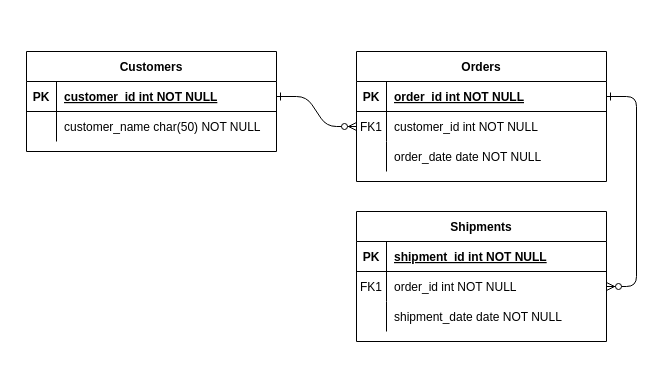
Before: Diagrama sin título.drawio in cemenurnk/documentacion-sievert, a draw.io diagram. Source tidied: cells renumbered, new cells numbered last; positions are measured from the earlier drawing's top-left corner, leaving out a move shared by most shapes. Both pictures are drawn from the tidied source at 100%, with x=0, y=0 at pixel (26, 51).
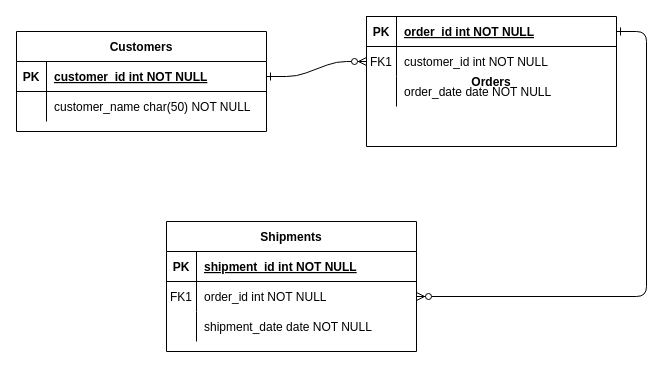
The same diagram, later.

Diff of the diagram source:
```diff
@@
-    <mxCell id="4" value="Orders" style="shape=table;startSize=30;childLayout=tableLayout;rowLines=0;fontStyle=1;align=center;" parent="1" vertex="1">
-      <mxGeometry x="330" width="250" height="130" as="geometry" />
+    <mxCell id="4" value="Orders" style="shape=table;startSize=0;childLayout=tableLayout;rowLines=0;fontStyle=1;align=center;" parent="1" vertex="1">
+      <mxGeometry x="340" y="-35" width="250" height="130" as="geometry" />
     </mxCell>
     <mxCell id="5" style="shape=partialRectangle;fillColor=none;points=[[0,0.5],[1,0.5]];portConstraint=eastwest;top=0;left=0;right=0;bottom=1;" parent="4" vertex="1">
-      <mxGeometry y="30" width="250" height="30" as="geometry" />
+      <mxGeometry width="250" height="30" as="geometry" />
     </mxCell>
@@
     <mxCell id="8" style="shape=partialRectangle;fillColor=none;points=[[0,0.5],[1,0.5]];portConstraint=eastwest;top=0;left=0;right=0;bottom=0;" parent="4" vertex="1">
-      <mxGeometry y="60" width="250" height="30" as="geometry" />
+      <mxGeometry y="30" width="250" height="30" as="geometry" />
     </mxCell>
@@
     <mxCell id="11" style="shape=partialRectangle;fillColor=none;top=0;left=0;right=0;bottom=0;" parent="4" vertex="1">
-      <mxGeometry y="90" width="250" height="30" as="geometry" />
+      <mxGeometry y="60" width="250" height="30" as="geometry" />
     </mxCell>
@@
     <mxCell id="14" value="Shipments" style="shape=table;startSize=30;childLayout=tableLayout;rowLines=0;fontStyle=1;align=center;" parent="1" vertex="1">
-      <mxGeometry x="330" y="160" width="250" height="130" as="geometry" />
+      <mxGeometry x="140" y="170" width="250" height="130" as="geometry" />
     </mxCell>
@@
     <mxCell id="24" value="Customers" style="shape=table;startSize=30;childLayout=tableLayout;rowLines=0;fontStyle=1;align=center;" parent="1" vertex="1">
-      <mxGeometry width="250" height="100" as="geometry" />
+      <mxGeometry x="-10" y="-20" width="250" height="100" as="geometry" />
     </mxCell>
```
